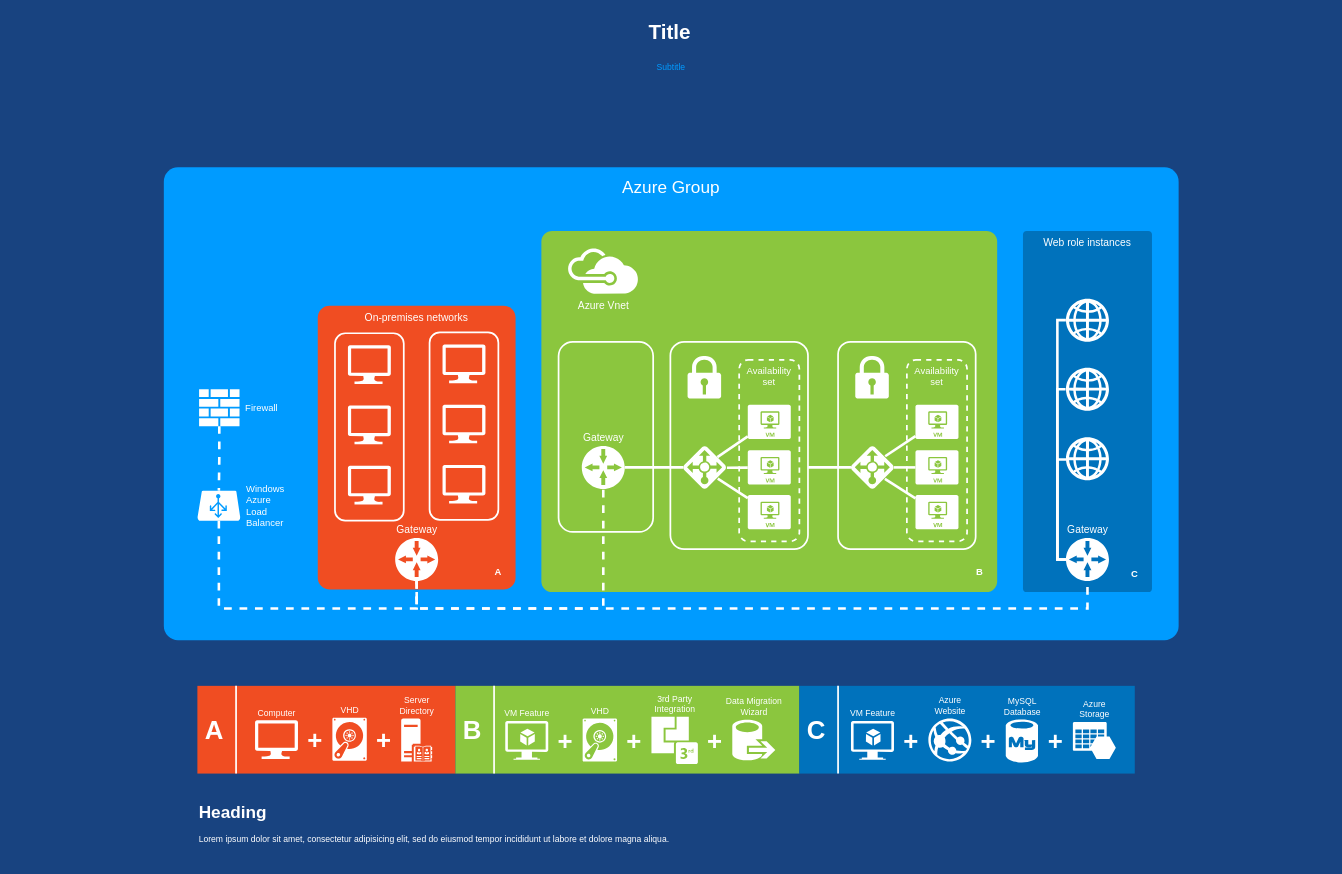
Earlier version of the draw.io diagram Untitled Diagram.drawio (victor000github/hello-world). Source tidied: cells renumbered, new cells numbered last; positions are measured from the earlier drawing's top-left corner, leaving out a move shared by most shapes. Both pictures are drawn from the tidied source at 86%, with x=0, y=0 at pixel (15, 15).
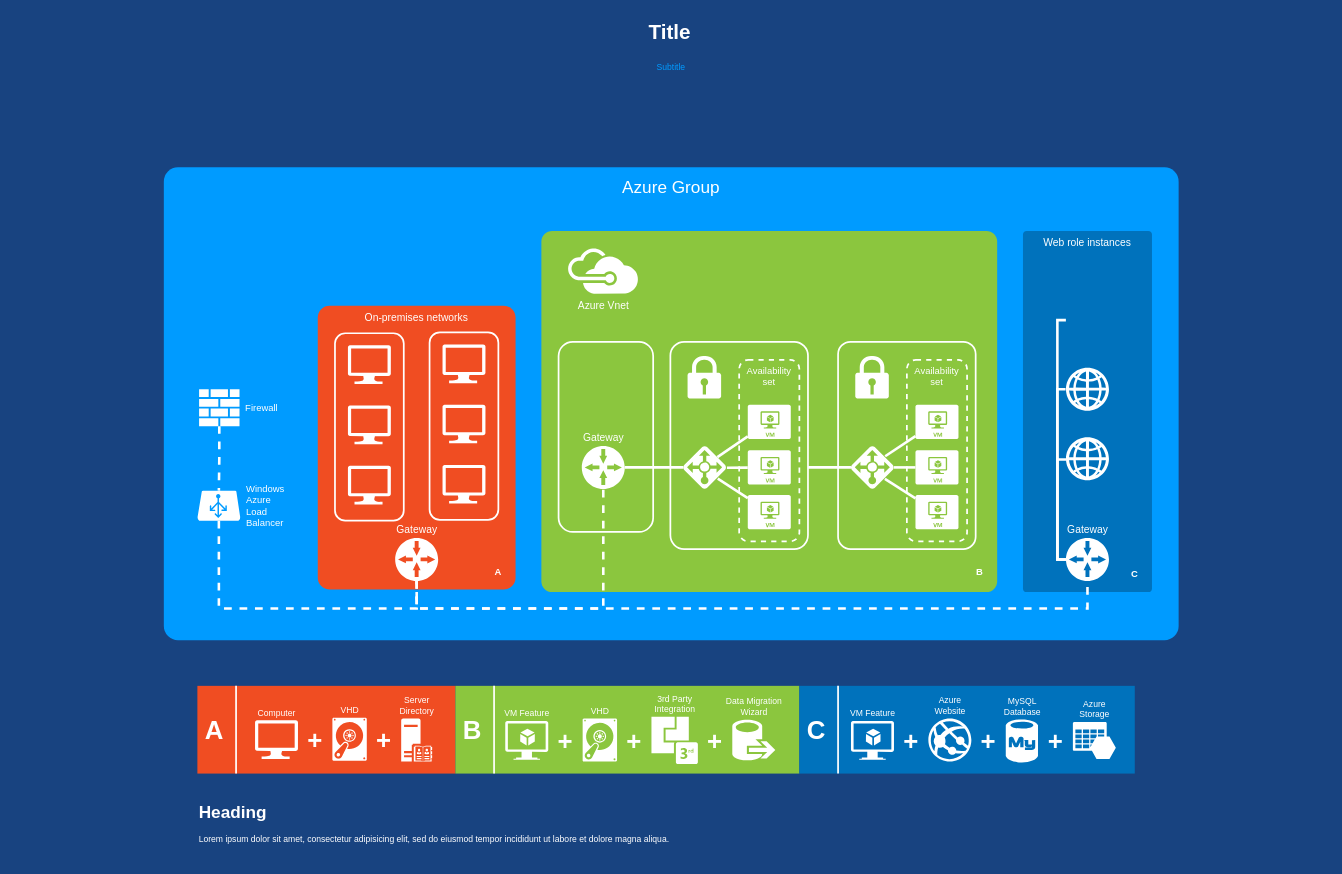
The same diagram, later.

The change refers to these unchanged cells:
```xml
<mxCell id="51" value="Gateway" style="shadow=0;dashed=0;html=1;strokeColor=none;shape=mxgraph.mscae.enterprise.gateway;fillColor=#FFFFFF;rounded=0;fontSize=12;fontColor=#FFFFFF;align=center;labelPosition=center;verticalLabelPosition=top;verticalAlign=bottom;" parent="1" vertex="1">
  <mxGeometry x="1222" y="608" width="50" height="50" as="geometry" />
</mxCell>
```

Diff of the diagram source:
```diff
@@
-    <mxCell id="48" style="shadow=0;dashed=0;html=1;strokeColor=none;shape=mxgraph.mscae.enterprise.web;fillColor=#FFFFFF;rounded=1;fontSize=11;fontColor=#FFFFFF;align=center;" parent="1" vertex="1">
-      <mxGeometry x="1222" y="330" width="50" height="50" as="geometry" />
-    </mxCell>
@@
-    <mxCell id="50" style="edgeStyle=orthogonalEdgeStyle;rounded=0;elbow=vertical;html=1;entryX=-0.002;entryY=0.494;entryPerimeter=0;startArrow=none;startFill=0;startSize=10;endArrow=none;endFill=0;endSize=10;strokeColor=#FFFFFF;strokeWidth=3;fontSize=20;fontColor=#FFFFFF;" parent="1" edge="1" source="51" target="48">
+    <mxCell id="50" style="edgeStyle=orthogonalEdgeStyle;rounded=0;elbow=vertical;html=1;entryX=-0.002;entryY=0.494;entryPerimeter=0;startArrow=none;startFill=0;startSize=10;endArrow=none;endFill=0;endSize=10;strokeColor=#FFFFFF;strokeWidth=3;fontSize=20;fontColor=#FFFFFF;" parent="1" edge="1" source="51">
       <mxGeometry relative="1" as="geometry">
+        <mxPoint x="1221.9" y="354.7" as="targetPoint" />
         <Array as="points">
           <mxPoint x="1212" y="633" />
           <mxPoint x="1212" y="355" />
         </Array>
       </mxGeometry>
     </mxCell>
```
